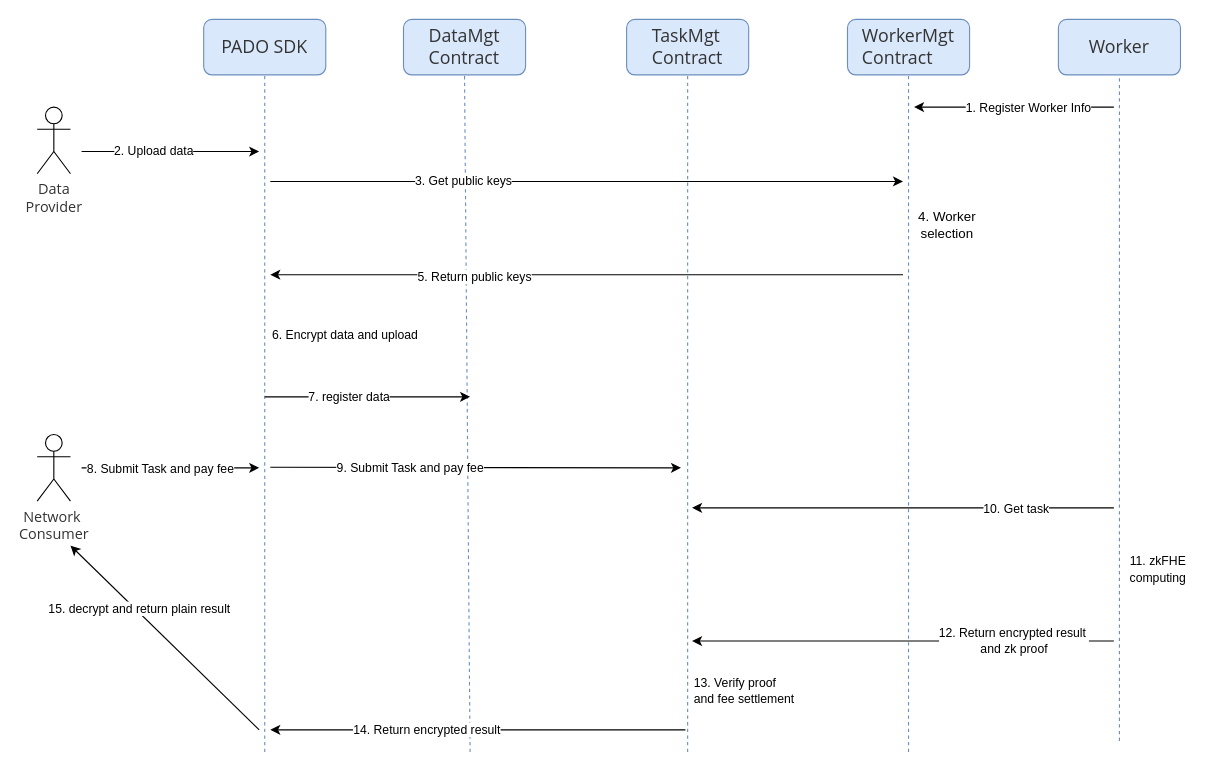
Above: page "第 7 页" (7 of 7) of inter-files/zkFHE-architecture.drawio in primus-labs/zkFHE-Network-Docs (draw.io), before the change. Source tidied: cells renumbered, new cells numbered last; positions are measured from the earlier drawing's top-left corner, leaving out a move shared by most shapes. Both pictures are drawn from the tidied source at 111%, with x=0, y=0 at pixel (37, 19).
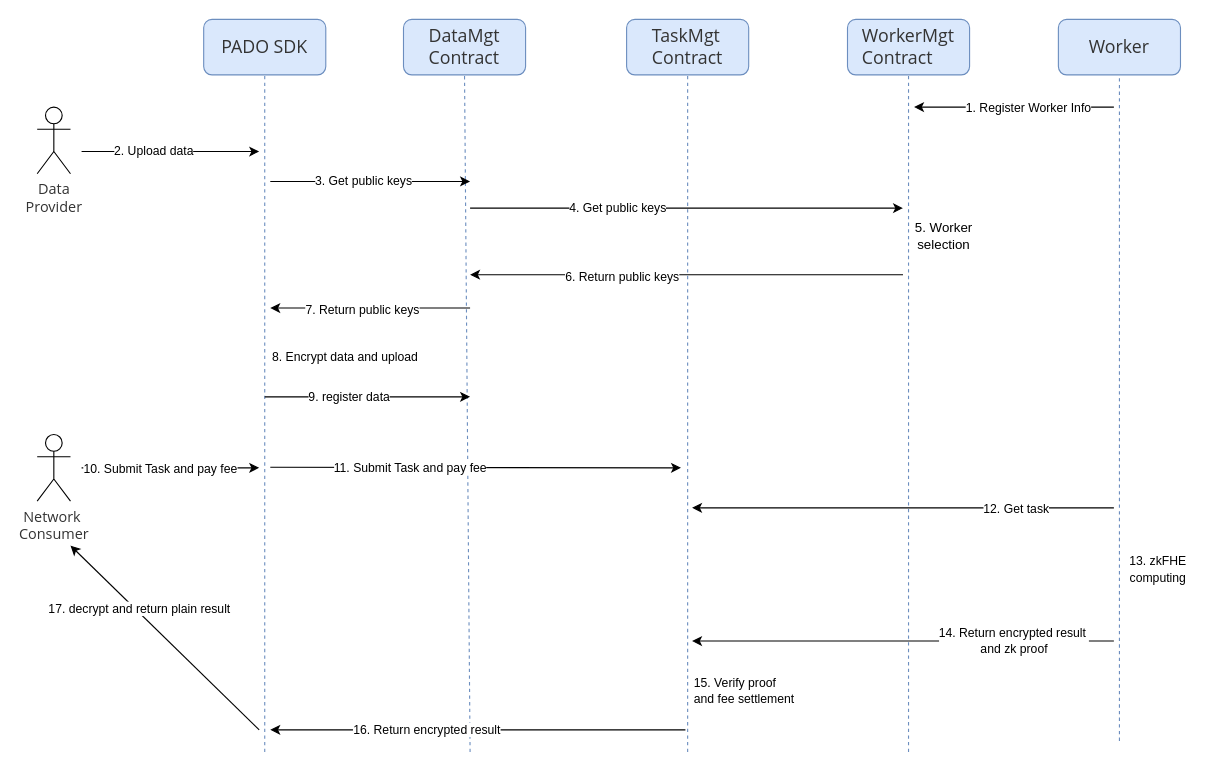
After the change.

The change refers to these unchanged cells:
```xml
<mxCell id="19" style="endArrow=classic;html=1;rounded=0;" parent="1" edge="1">
  <mxGeometry relative="1" as="geometry">
    <mxPoint x="40" y="404" as="sourcePoint" />
    <mxPoint x="200" y="404" as="targetPoint" />
  </mxGeometry>
</mxCell>
<mxCell id="21" style="endArrow=classic;html=1;rounded=0;" parent="1" edge="1">
  <mxGeometry relative="1" as="geometry">
    <mxPoint x="210" y="403.5" as="sourcePoint" />
    <mxPoint x="580" y="404" as="targetPoint" />
  </mxGeometry>
</mxCell>
<mxCell id="23" style="endArrow=classic;html=1;rounded=0;" parent="1" edge="1">
  <mxGeometry relative="1" as="geometry">
    <mxPoint x="970" y="440" as="sourcePoint" />
    <mxPoint x="590" y="440" as="targetPoint" />
  </mxGeometry>
</mxCell>
<mxCell id="26" style="endArrow=classic;html=1;rounded=0;" parent="1" edge="1">
  <mxGeometry relative="1" as="geometry">
    <mxPoint x="970" y="560" as="sourcePoint" />
    <mxPoint x="590" y="560" as="targetPoint" />
  </mxGeometry>
</mxCell>
<mxCell id="28" style="endArrow=classic;html=1;rounded=0;" parent="1" edge="1">
  <mxGeometry relative="1" as="geometry">
    <mxPoint x="584" y="640" as="sourcePoint" />
    <mxPoint x="210" y="640" as="targetPoint" />
  </mxGeometry>
</mxCell>
<mxCell id="30" style="endArrow=classic;html=1;rounded=0;" parent="1" edge="1">
  <mxGeometry relative="1" as="geometry">
    <mxPoint x="200" y="640" as="sourcePoint" />
    <mxPoint x="30" y="474" as="targetPoint" />
  </mxGeometry>
</mxCell>
<mxCell id="38" style="endArrow=classic;html=1;rounded=0;" parent="1" edge="1">
  <mxGeometry relative="1" as="geometry">
    <mxPoint x="205" y="340" as="sourcePoint" />
    <mxPoint x="390" y="340" as="targetPoint" />
  </mxGeometry>
</mxCell>
```

What changed in the source:
```diff
@@
     <mxCell id="11" style="endArrow=classic;html=1;rounded=0;" parent="1" edge="1">
       <mxGeometry relative="1" as="geometry">
         <mxPoint x="210" y="146" as="sourcePoint" />
-        <mxPoint x="780" y="146" as="targetPoint" />
+        <mxPoint x="390" y="146" as="targetPoint" />
       </mxGeometry>
     </mxCell>
@@
-    <mxCell id="13" value="4.&amp;nbsp;Worker selection" style="text;html=1;align=center;verticalAlign=middle;whiteSpace=wrap;rounded=0;" parent="1" vertex="1">
-      <mxGeometry x="790" y="170" width="60" height="30" as="geometry" />
+    <mxCell id="13" value="5.&amp;nbsp;Worker selection" style="text;html=1;align=center;verticalAlign=middle;whiteSpace=wrap;rounded=0;" parent="1" vertex="1">
+      <mxGeometry x="787" y="180" width="60" height="30" as="geometry" />
     </mxCell>
     <mxCell id="14" style="endArrow=classic;html=1;rounded=0;" parent="1" edge="1">
       <mxGeometry relative="1" as="geometry">
         <mxPoint x="780" y="230" as="sourcePoint" />
-        <mxPoint x="210" y="230" as="targetPoint" />
+        <mxPoint x="390" y="230" as="targetPoint" />
       </mxGeometry>
     </mxCell>
-    <mxCell id="15" value="5. Return public keys" style="edgeLabel;html=1;align=center;verticalAlign=middle;" parent="14" vertex="1">
+    <mxCell id="15" value="6. Return public keys" style="edgeLabel;html=1;align=center;verticalAlign=middle;" parent="14" vertex="1">
       <mxGeometry x="0.48" y="1" relative="1" as="geometry">
         <mxPoint x="35" as="offset" />
       </mxGeometry>
     </mxCell>
@@
-    <mxCell id="20" value="8. Submit Task and pay fee" style="edgeLabel;html=1;align=center;verticalAlign=middle;" parent="19" vertex="1">
+    <mxCell id="20" value="10. Submit Task and pay fee" style="edgeLabel;html=1;align=center;verticalAlign=middle;" parent="19" vertex="1">
       <mxGeometry x="-0.68" y="3" relative="1" as="geometry">
         <mxPoint x="44" y="3" as="offset" />
       </mxGeometry>
     </mxCell>
@@
-    <mxCell id="22" value="9. Submit Task and pay fee" style="edgeLabel;html=1;align=center;verticalAlign=middle;" parent="21" vertex="1">
+    <mxCell id="22" value="11. Submit Task and pay fee" style="edgeLabel;html=1;align=center;verticalAlign=middle;" parent="21" vertex="1">
       <mxGeometry x="-0.68" y="3" relative="1" as="geometry">
         <mxPoint x="66" y="3" as="offset" />
       </mxGeometry>
     </mxCell>
@@
-    <mxCell id="24" value="10. Get task" style="edgeLabel;html=1;align=center;verticalAlign=middle;" parent="23" vertex="1">
+    <mxCell id="24" value="12. Get task" style="edgeLabel;html=1;align=center;verticalAlign=middle;" parent="23" vertex="1">
       <mxGeometry x="0.51" relative="1" as="geometry">
         <mxPoint x="198" as="offset" />
       </mxGeometry>
     </mxCell>
-    <mxCell id="25" value="&lt;font style=&quot;font-size: 11px;&quot;&gt;11. zkFHE computing&lt;/font&gt;" style="text;html=1;align=center;verticalAlign=middle;whiteSpace=wrap;rounded=0;" parent="1" vertex="1">
+    <mxCell id="25" value="&lt;font style=&quot;font-size: 11px;&quot;&gt;13. zkFHE computing&lt;/font&gt;" style="text;html=1;align=center;verticalAlign=middle;whiteSpace=wrap;rounded=0;" parent="1" vertex="1">
       <mxGeometry x="980" y="480" width="60" height="30" as="geometry" />
     </mxCell>
@@
-    <mxCell id="27" value="12. Return encrypted result&amp;nbsp;&lt;div&gt;and zk proof&lt;/div&gt;" style="edgeLabel;html=1;align=center;verticalAlign=middle;" parent="26" vertex="1">
+    <mxCell id="27" value="14. Return encrypted result&amp;nbsp;&lt;div&gt;and zk proof&lt;/div&gt;" style="edgeLabel;html=1;align=center;verticalAlign=middle;" parent="26" vertex="1">
       <mxGeometry x="0.44" y="-1" relative="1" as="geometry">
         <mxPoint x="183" as="offset" />
       </mxGeometry>
     </mxCell>
@@
-    <mxCell id="29" value="14. Return encrypted result" style="edgeLabel;html=1;align=center;verticalAlign=middle;" parent="28" vertex="1">
+    <mxCell id="29" value="16. Return encrypted result" style="edgeLabel;html=1;align=center;verticalAlign=middle;" parent="28" vertex="1">
       <mxGeometry x="0.5" y="-1" relative="1" as="geometry">
         <mxPoint x="47" as="offset" />
       </mxGeometry>
     </mxCell>
@@
-    <mxCell id="31" value="15. decrypt and return plain result" style="edgeLabel;html=1;align=center;verticalAlign=middle;" parent="30" vertex="1">
+    <mxCell id="31" value="17. decrypt and return plain result" style="edgeLabel;html=1;align=center;verticalAlign=middle;" parent="30" vertex="1">
       <mxGeometry x="0.57" y="2" relative="1" as="geometry">
         <mxPoint x="27" y="20" as="offset" />
       </mxGeometry>
     </mxCell>
-    <mxCell id="32" value="13. Verify proof and&amp;nbsp;fee settlement" style="text;html=1;align=left;verticalAlign=middle;whiteSpace=wrap;rounded=0;fontSize=11;" parent="1" vertex="1">
+    <mxCell id="32" value="15. Verify proof and&amp;nbsp;fee settlement" style="text;html=1;align=left;verticalAlign=middle;whiteSpace=wrap;rounded=0;fontSize=11;" parent="1" vertex="1">
       <mxGeometry x="590" y="590" width="101" height="30" as="geometry" />
     </mxCell>
@@
-    <mxCell id="37" value="&lt;span style=&quot;color: rgb(0, 0, 0); font-family: Helvetica; font-size: 11px; font-style: normal; font-variant-ligatures: normal; font-variant-caps: normal; font-weight: 400; letter-spacing: normal; orphans: 2; text-align: center; text-indent: 0px; text-transform: none; widows: 2; word-spacing: 0px; -webkit-text-stroke-width: 0px; white-space: nowrap; background-color: rgb(255, 255, 255); text-decoration-thickness: initial; text-decoration-style: initial; text-decoration-color: initial; display: inline !important; float: none;&quot;&gt;6. Encrypt data and upload&lt;/span&gt;" style="text;whiteSpace=wrap;html=1;" parent="1" vertex="1">
-      <mxGeometry x="210" y="270" width="160" height="40" as="geometry" />
+    <mxCell id="37" value="&lt;span style=&quot;color: rgb(0, 0, 0); font-family: Helvetica; font-size: 11px; font-style: normal; font-variant-ligatures: normal; font-variant-caps: normal; font-weight: 400; letter-spacing: normal; orphans: 2; text-align: center; text-indent: 0px; text-transform: none; widows: 2; word-spacing: 0px; -webkit-text-stroke-width: 0px; white-space: nowrap; background-color: rgb(255, 255, 255); text-decoration-thickness: initial; text-decoration-style: initial; text-decoration-color: initial; display: inline !important; float: none;&quot;&gt;8. Encrypt data and upload&lt;/span&gt;" style="text;whiteSpace=wrap;html=1;" parent="1" vertex="1">
+      <mxGeometry x="210" y="290" width="160" height="40" as="geometry" />
     </mxCell>
@@
-    <mxCell id="39" value="7. register data" style="edgeLabel;html=1;align=center;verticalAlign=middle;" parent="38" vertex="1">
+    <mxCell id="39" value="9. register data" style="edgeLabel;html=1;align=center;verticalAlign=middle;" parent="38" vertex="1">
       <mxGeometry x="-0.85" y="1" relative="1" as="geometry">
         <mxPoint x="61" as="offset" />
       </mxGeometry>
     </mxCell>
+    <mxCell id="40" style="endArrow=classic;html=1;rounded=0;" parent="1" edge="1">
+      <mxGeometry relative="1" as="geometry">
+        <mxPoint x="390" y="170" as="sourcePoint" />
+        <mxPoint x="780" y="170" as="targetPoint" />
+      </mxGeometry>
+    </mxCell>
+    <mxCell id="41" value="4. Get public keys" style="edgeLabel;html=1;align=center;verticalAlign=middle;" parent="40" vertex="1">
+      <mxGeometry x="-0.54" y="1" relative="1" as="geometry">
+        <mxPoint x="42" as="offset" />
+      </mxGeometry>
+    </mxCell>
+    <mxCell id="42" style="endArrow=classic;html=1;rounded=0;" parent="1" edge="1">
+      <mxGeometry relative="1" as="geometry">
+        <mxPoint x="390" y="260" as="sourcePoint" />
+        <mxPoint x="210" y="260" as="targetPoint" />
+      </mxGeometry>
+    </mxCell>
+    <mxCell id="43" value="7. Return public keys" style="edgeLabel;html=1;align=center;verticalAlign=middle;" parent="42" vertex="1">
+      <mxGeometry x="0.48" y="1" relative="1" as="geometry">
+        <mxPoint x="35" as="offset" />
+      </mxGeometry>
+    </mxCell>
```
